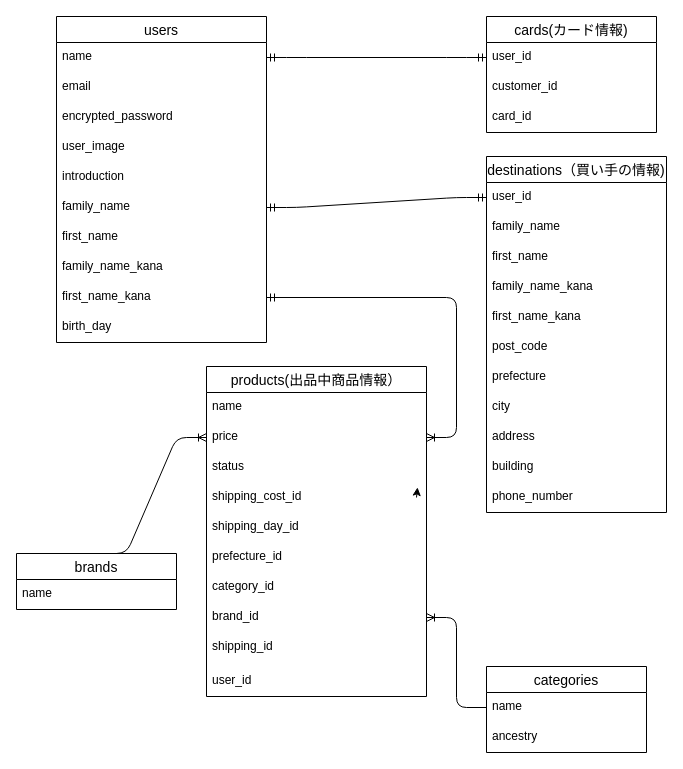
pyonkichi0628/furima-38835 keeps this draw.io diagram as furima.dio. Above is the earlier version. Source tidied: cells renumbered, new cells numbered last; positions are measured from the earlier drawing's top-left corner, leaving out a move shared by most shapes. Both pictures are drawn from the tidied source at 100%, with x=0, y=0 at pixel (16, 16).
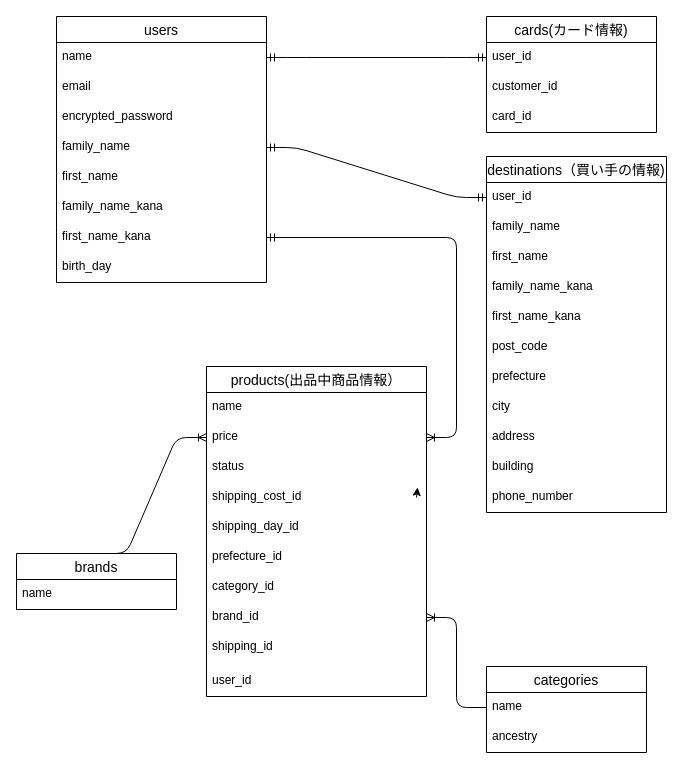
The same page after the edit.

Commit message (it also covers changes not shown here):
データベース設計_修正4

The edit, as a diff of the source:
```diff
@@
     <mxCell id="2" value="users" style="swimlane;fontStyle=0;horizontal=1;startSize=26;align=center;fontSize=14;" parent="1" vertex="1">
-      <mxGeometry x="40" width="210" height="326" as="geometry" />
+      <mxGeometry x="40" width="210" height="266" as="geometry" />
     </mxCell>
@@
-    <mxCell id="6" value="user_image" style="text;strokeColor=none;fillColor=none;spacingLeft=4;spacingRight=4;overflow=hidden;fontSize=12;" parent="2" vertex="1">
-      <mxGeometry y="116" width="210" height="30" as="geometry" />
-    </mxCell>
-    <mxCell id="7" value="introduction" style="text;strokeColor=none;fillColor=none;spacingLeft=4;spacingRight=4;overflow=hidden;fontSize=12;" parent="2" vertex="1">
-      <mxGeometry y="146" width="210" height="30" as="geometry" />
-    </mxCell>
     <mxCell id="8" value="family_name" style="text;strokeColor=none;fillColor=none;spacingLeft=4;spacingRight=4;overflow=hidden;points=[[0,0.5],[1,0.5]];portConstraint=eastwest;fontSize=12;" parent="2" vertex="1">
-      <mxGeometry y="176" width="210" height="30" as="geometry" />
+      <mxGeometry y="116" width="210" height="30" as="geometry" />
     </mxCell>
     <mxCell id="9" value="first_name" style="text;strokeColor=none;fillColor=none;spacingLeft=4;spacingRight=4;overflow=hidden;fontSize=12;" parent="2" vertex="1">
-      <mxGeometry y="206" width="210" height="30" as="geometry" />
+      <mxGeometry y="146" width="210" height="30" as="geometry" />
     </mxCell>
     <mxCell id="10" value="family_name_kana" style="text;strokeColor=none;fillColor=none;spacingLeft=4;spacingRight=4;overflow=hidden;fontSize=12;" parent="2" vertex="1">
-      <mxGeometry y="236" width="210" height="30" as="geometry" />
+      <mxGeometry y="176" width="210" height="30" as="geometry" />
     </mxCell>
     <mxCell id="11" value="first_name_kana" style="text;strokeColor=none;fillColor=none;spacingLeft=4;spacingRight=4;overflow=hidden;points=[[0,0.5],[1,0.5]];portConstraint=eastwest;fontSize=12;" parent="2" vertex="1">
-      <mxGeometry y="266" width="210" height="30" as="geometry" />
+      <mxGeometry y="206" width="210" height="30" as="geometry" />
     </mxCell>
     <mxCell id="12" value="birth_day" style="text;strokeColor=none;fillColor=none;spacingLeft=4;spacingRight=4;overflow=hidden;fontSize=12;" parent="2" vertex="1">
-      <mxGeometry y="296" width="210" height="30" as="geometry" />
+      <mxGeometry y="236" width="210" height="30" as="geometry" />
     </mxCell>
```
